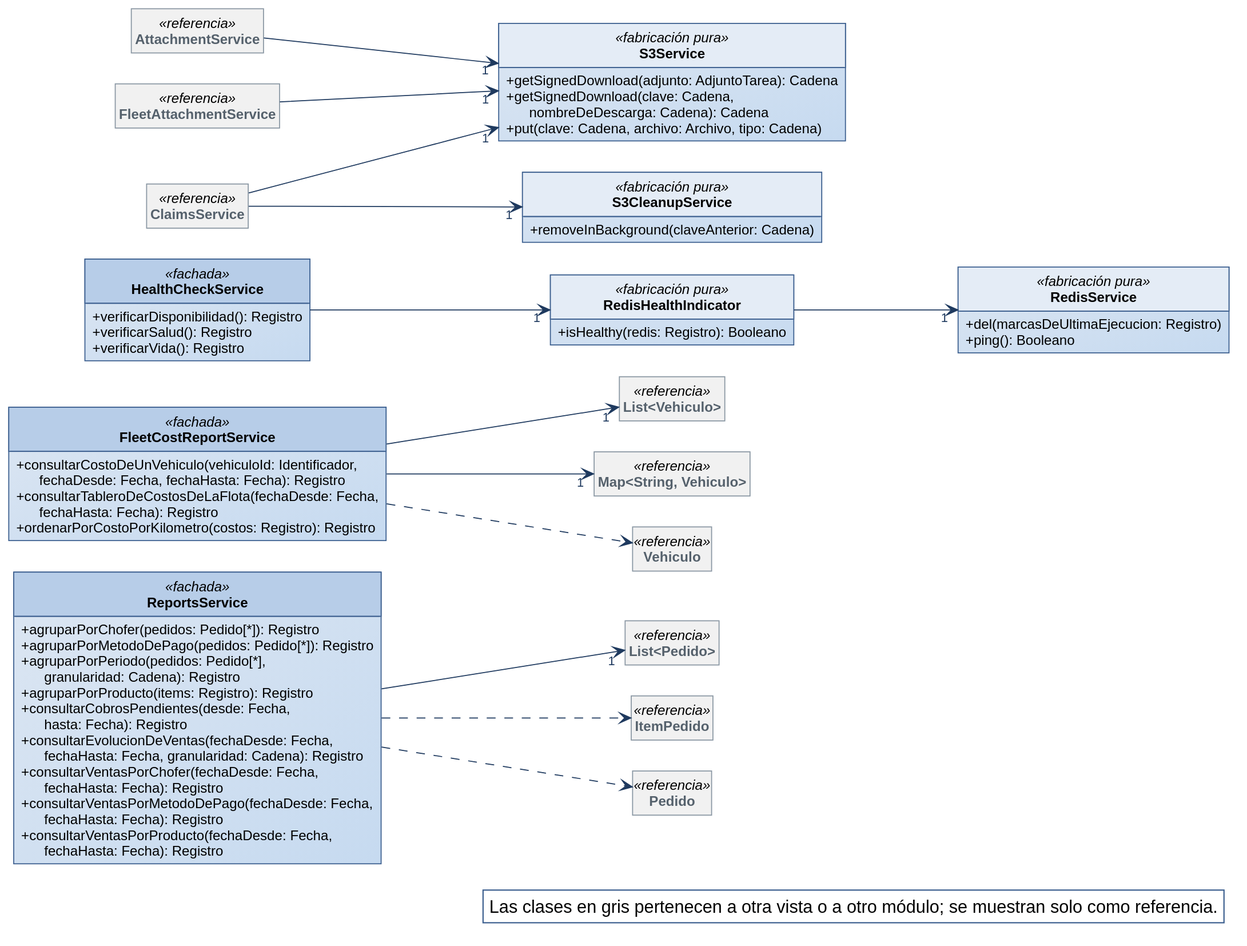
Earlier version of the PlantUML export diagramas/clases-diseno/DC_Mod_Soporte.svg (Nahuelito-Dev/splg-docs).
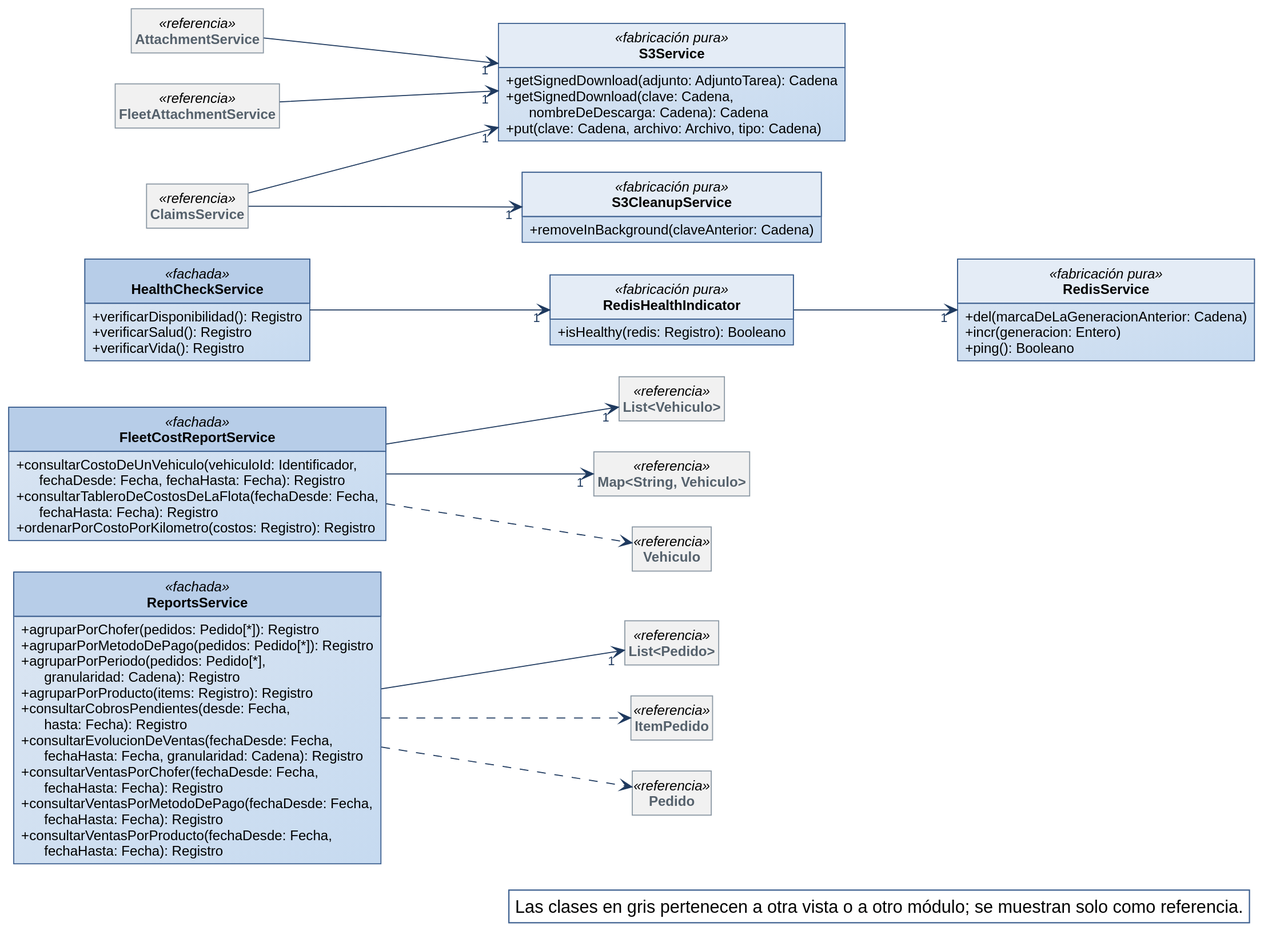
The same diagram one commit later.

Change to the diagram source:
```diff
@@ -55,7 +55,8 @@
   + isHealthy(redis: Registro): Booleano
 }
 class RedisService <<fabricación pura>> {
-  + del(marcasDeUltimaEjecucion: Registro)
+  + del(marcaDeLaGeneracionAnterior: Cadena)
+  + incr(generacion: Entero)
   + ping(): Booleano
 }
 class S3Service <<fabricación pura>> {
```
